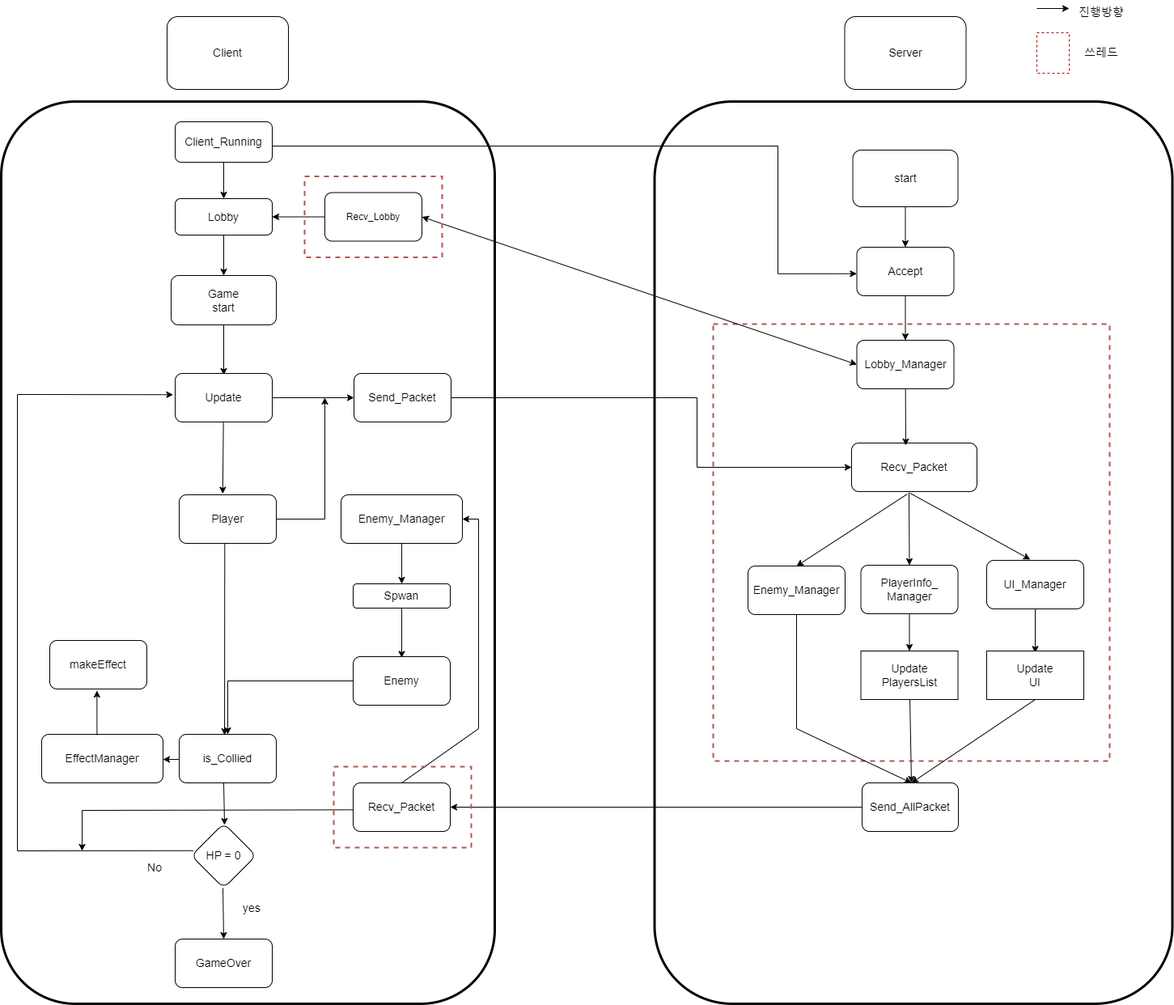
The draw.io diagram drawing/high_level_image.png in lhb0269/NetGameProject, before a commit. Source tidied: cells renumbered, new cells last; positions are measured from the earlier drawing's top-left corner, leaving out a move shared by most shapes.
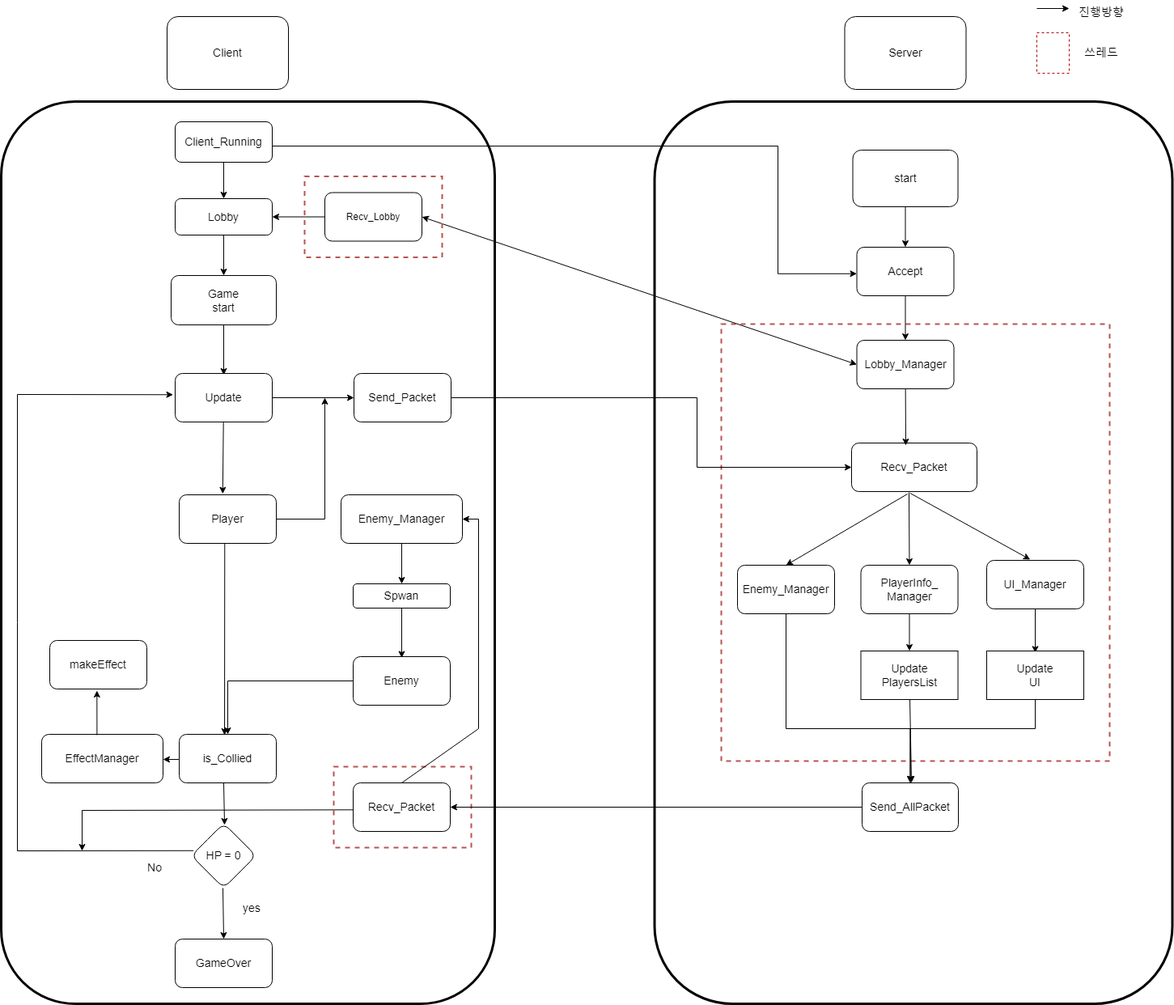
Later version of the same file.

What changed in the source:
```diff
@@ -2,26 +2,24 @@
   <root>
     <mxCell id="0" />
     <mxCell id="1" parent="0" />
-    <mxCell id="2" style="rounded=1;whiteSpace=wrap;html=1;fillColor=none;strokeWidth=3;fontFamily=Helvetica;fontSize=14;" parent="1" vertex="1">
-      <mxGeometry y="125" width="610" height="1115" as="geometry" />
-    </mxCell>
     <mxCell id="3" style="rounded=1;whiteSpace=wrap;html=1;strokeWidth=3;fillColor=none;fontFamily=Helvetica;fontSize=14;" parent="1" vertex="1">
       <mxGeometry x="807.5" y="125" width="640" height="1115" as="geometry" />
     </mxCell>
     <mxCell id="4" style="rounded=0;whiteSpace=wrap;html=1;strokeWidth=2;fontFamily=Helvetica;fontSize=14;fillColor=none;dashed=1;strokeColor=#b85450;" parent="1" vertex="1">
-      <mxGeometry x="880" y="400" width="490" height="540" as="geometry" />
+      <mxGeometry x="890" y="400" width="480" height="540" as="geometry" />
     </mxCell>
+    <mxCell id="73" style="rounded=0;whiteSpace=wrap;html=1;strokeWidth=2;fontFamily=Helvetica;fontSize=14;fillColor=none;dashed=1;strokeColor=#b85450;" parent="1" vertex="1">
+      <mxGeometry x="411" y="947" width="170" height="100" as="geometry" />
+    </mxCell>
+    <mxCell id="2" style="rounded=1;whiteSpace=wrap;html=1;fillColor=none;strokeWidth=3;fontFamily=Helvetica;fontSize=14;" parent="1" vertex="1">
+      <mxGeometry y="125" width="610" height="1115" as="geometry" />
+    </mxCell>
     <mxCell id="5" value="&lt;font style=&quot;font-size: 14px;&quot;&gt;Client&lt;/font&gt;" style="rounded=1;whiteSpace=wrap;html=1;fontFamily=Helvetica;fontSize=14;" parent="1" vertex="1">
       <mxGeometry x="205" y="20" width="150" height="90" as="geometry" />
     </mxCell>
     <mxCell id="6" value="&lt;font style=&quot;font-size: 14px;&quot;&gt;Server&lt;/font&gt;" style="rounded=1;whiteSpace=wrap;html=1;fontFamily=Helvetica;fontSize=14;" parent="1" vertex="1">
       <mxGeometry x="1042.5" y="20" width="150" height="90" as="geometry" />
     </mxCell>
-    <mxCell id="7" style="edgeStyle=none;rounded=0;jettySize=auto;html=1;entryX=0.5;entryY=0;entryDx=0;entryDy=0;strokeColor=default;fontFamily=Helvetica;fontSize=14;sourcePerimeterSpacing=0;" parent="1" edge="1" target="47">
-      <mxGeometry relative="1" as="geometry">
-        <mxPoint x="1120" y="610" as="sourcePoint" />
-      </mxGeometry>
-    </mxCell>
     <mxCell id="8" value="Recv_Packet" style="rounded=1;whiteSpace=wrap;html=1;fontSize=14;fontFamily=Helvetica;" parent="1" vertex="1">
       <mxGeometry x="1051" y="547" width="155" height="60" as="geometry" />
     </mxCell>
@@ -157,16 +155,16 @@
     <mxCell id="45" value="Update&lt;br style=&quot;font-size: 14px;&quot;&gt;PlayersList" style="rounded=0;whiteSpace=wrap;html=1;fontFamily=Helvetica;fontSize=14;" parent="1" vertex="1">
       <mxGeometry x="1062.5" y="804" width="120" height="60" as="geometry" />
     </mxCell>
-    <mxCell id="46" style="edgeStyle=none;rounded=0;jettySize=auto;html=1;entryX=0.5;entryY=0;entryDx=0;entryDy=0;strokeColor=default;fontFamily=Helvetica;fontSize=14;sourcePerimeterSpacing=0;exitX=0.5;exitY=1;exitDx=0;exitDy=0;" parent="1" edge="1" source="47">
-      <mxGeometry relative="1" as="geometry">
-        <mxPoint x="1125" y="967" as="targetPoint" />
-        <Array as="points">
-          <mxPoint x="983" y="900" />
-        </Array>
-      </mxGeometry>
-    </mxCell>
+    <mxCell id="74" style="edgeStyle=orthogonalEdgeStyle;rounded=0;jettySize=auto;html=1;entryX=0.5;entryY=0;entryDx=0;entryDy=0;" parent="1" edge="1" source="47" target="69">
+      <mxGeometry relative="1" as="geometry">
+        <Array as="points">
+          <mxPoint x="970" y="900" />
+          <mxPoint x="1124" y="900" />
+        </Array>
+      </mxGeometry>
+    </mxCell>
     <mxCell id="47" value="Enemy_Manager" style="rounded=1;whiteSpace=wrap;html=1;fontFamily=Helvetica;fontSize=14;" parent="1" vertex="1">
-      <mxGeometry x="923" y="699" width="120" height="60" as="geometry" />
+      <mxGeometry x="910" y="698" width="120" height="60" as="geometry" />
     </mxCell>
     <mxCell id="48" style="edgeStyle=orthogonalEdgeStyle;rounded=0;jettySize=auto;html=1;fontFamily=Helvetica;fontSize=14;" parent="1" edge="1" source="49" target="22">
       <mxGeometry relative="1" as="geometry" />
@@ -174,11 +172,14 @@
     <mxCell id="49" value="Enemy" style="rounded=1;whiteSpace=wrap;html=1;fontFamily=Helvetica;fontSize=14;" parent="1" vertex="1">
       <mxGeometry x="435" y="811" width="120" height="60" as="geometry" />
     </mxCell>
-    <mxCell id="50" style="edgeStyle=none;rounded=0;jettySize=auto;html=1;entryX=0.5;entryY=0;entryDx=0;entryDy=0;strokeColor=default;fontFamily=Helvetica;fontSize=14;sourcePerimeterSpacing=0;exitX=0.5;exitY=1;exitDx=0;exitDy=0;" parent="1" edge="1" source="51">
-      <mxGeometry relative="1" as="geometry">
-        <mxPoint x="1125" y="967" as="targetPoint" />
-      </mxGeometry>
-    </mxCell>
+    <mxCell id="75" style="edgeStyle=orthogonalEdgeStyle;rounded=0;jettySize=auto;html=1;entryX=0.5;entryY=0;entryDx=0;entryDy=0;" parent="1" edge="1" source="51" target="69">
+      <mxGeometry relative="1" as="geometry">
+        <Array as="points">
+          <mxPoint x="1278" y="900" />
+          <mxPoint x="1124" y="900" />
+        </Array>
+      </mxGeometry>
+    </mxCell>
     <mxCell id="51" value="Update&lt;br style=&quot;font-size: 14px;&quot;&gt;UI" style="rounded=0;whiteSpace=wrap;html=1;fontFamily=Helvetica;fontSize=14;" parent="1" vertex="1">
       <mxGeometry x="1218" y="804" width="120" height="60" as="geometry" />
     </mxCell>
@@ -265,8 +266,10 @@
     <mxCell id="72" style="rounded=0;whiteSpace=wrap;html=1;strokeWidth=2;fontFamily=Helvetica;fontSize=14;fillColor=none;dashed=1;strokeColor=#b85450;" parent="1" vertex="1">
       <mxGeometry x="375" y="217.5" width="170" height="100" as="geometry" />
     </mxCell>
-    <mxCell id="73" style="rounded=0;whiteSpace=wrap;html=1;strokeWidth=2;fontFamily=Helvetica;fontSize=14;fillColor=none;dashed=1;strokeColor=#b85450;" parent="1" vertex="1">
-      <mxGeometry x="411" y="947" width="170" height="100" as="geometry" />
-    </mxCell>
+    <mxCell id="76" style="endArrow=classic;html=1;rounded=0;entryX=0.5;entryY=0;entryDx=0;entryDy=0;" parent="1" edge="1" target="47">
+      <mxGeometry relative="1" as="geometry">
+        <mxPoint x="1120" y="610" as="sourcePoint" />
+      </mxGeometry>
+    </mxCell>
   </root>
 </mxGraphModel>
```
